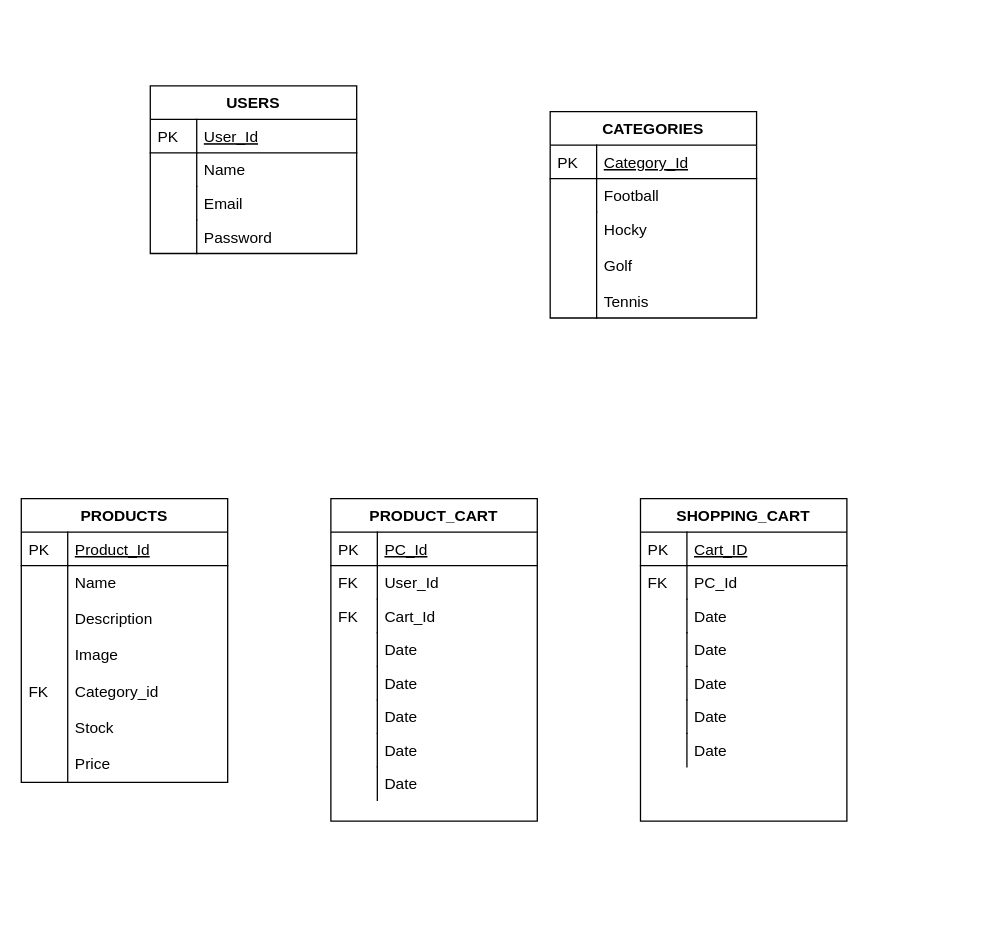
Before: SportWear/Diseño BD/Diagrama DB.drawio in Zavilor/Sitio-Sportwear, a draw.io diagram. Source tidied: cells renumbered, new cells numbered last; positions are measured from the earlier drawing's top-left corner, leaving out a move shared by most shapes. Both pictures are drawn from the tidied source at 129%, with x=0, y=0 at pixel (21, 85).
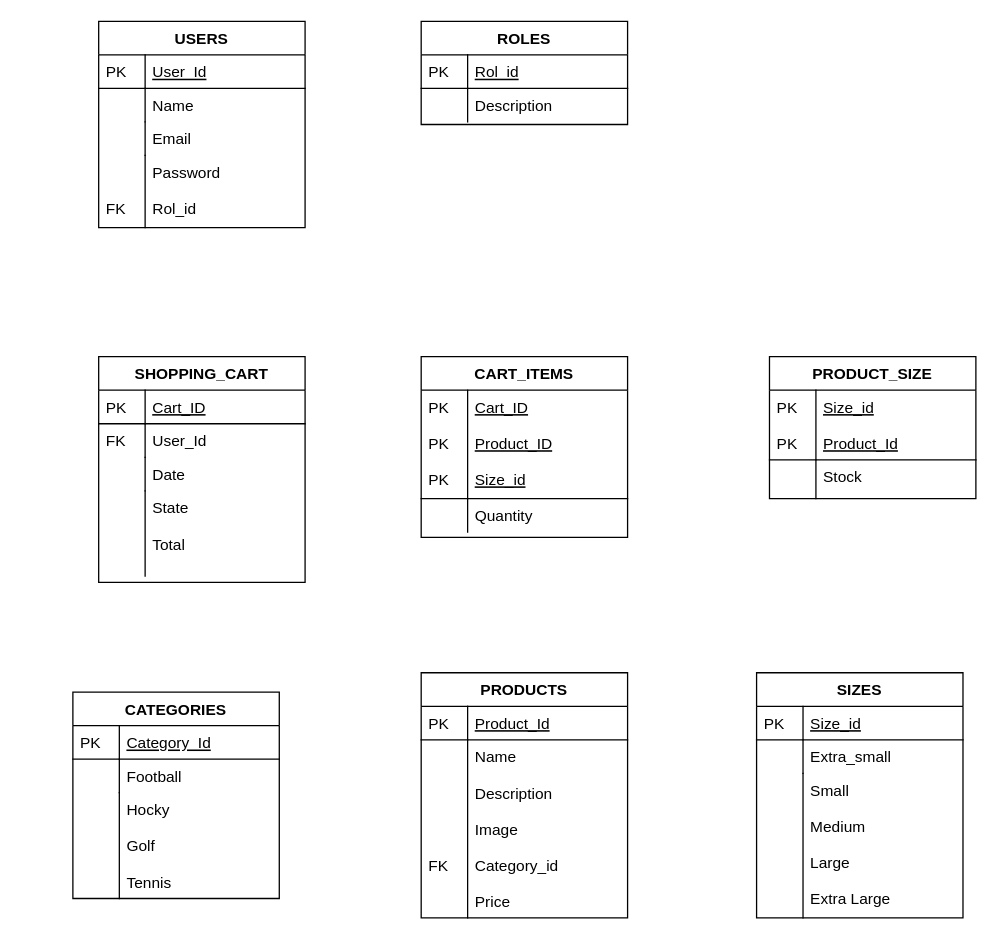
The same diagram, later.

Commit message (it also covers changes not shown here):
Diagrama de entidades BD

The edit, as a diff of the source:
```diff
@@
     <mxCell id="2" value="USERS" style="swimlane;fontStyle=1;horizontal=1;startSize=26;rounded=0;shadow=0;strokeWidth=1;" parent="1" vertex="1">
-      <mxGeometry x="100" width="160" height="130" as="geometry" />
+      <mxGeometry x="60" y="-50" width="160" height="160" as="geometry" />
     </mxCell>
@@
-    <mxCell id="9" value="Password" style="shape=partialRectangle;top=0;left=0;right=0;bottom=0;align=left;verticalAlign=top;fillColor=none;spacingLeft=40;spacingRight=4;overflow=hidden;rounded=0;shadow=0;strokeWidth=1;" parent="2" vertex="1">
-      <mxGeometry y="104" width="160" height="26" as="geometry" />
+    <mxCell id="9" value="Password&#10;&#10;Rol_id" style="shape=partialRectangle;top=0;left=0;right=0;bottom=0;align=left;verticalAlign=top;fillColor=none;spacingLeft=40;spacingRight=4;overflow=hidden;rounded=0;shadow=0;strokeWidth=1;" parent="2" vertex="1">
+      <mxGeometry y="104" width="160" height="56" as="geometry" />
     </mxCell>
-    <mxCell id="10" style="shape=partialRectangle;top=0;left=0;bottom=0;fillColor=none;align=left;verticalAlign=top;spacingLeft=4;spacingRight=4;overflow=hidden;" parent="9" vertex="1">
-      <mxGeometry width="36" height="26" as="geometry" />
+    <mxCell id="10" value="&#10;&#10;FK" style="shape=partialRectangle;top=0;left=0;bottom=0;fillColor=none;align=left;verticalAlign=top;spacingLeft=4;spacingRight=4;overflow=hidden;" parent="9" vertex="1">
+      <mxGeometry width="36" height="56" as="geometry" />
     </mxCell>
-    <mxCell id="11" value="PRODUCTS" style="swimlane;fontStyle=1;horizontal=1;startSize=26;rounded=0;shadow=0;strokeWidth=1;" parent="1" vertex="1">
-      <mxGeometry y="320" width="160" height="220" as="geometry" />
-    </mxCell>
-    <mxCell id="12" value="Product_Id" style="shape=partialRectangle;top=0;left=0;right=0;bottom=1;align=left;verticalAlign=top;fillColor=none;spacingLeft=40;spacingRight=4;overflow=hidden;rounded=0;shadow=0;strokeWidth=1;fontStyle=4;" parent="11" vertex="1">
-      <mxGeometry y="26" width="160" height="26" as="geometry" />
-    </mxCell>
-    <mxCell id="13" value="PK" style="shape=partialRectangle;top=0;left=0;bottom=0;fillColor=none;align=left;verticalAlign=top;spacingLeft=4;spacingRight=4;overflow=hidden;" parent="12" vertex="1">
-      <mxGeometry width="36" height="26" as="geometry" />
-    </mxCell>
-    <mxCell id="14" value="Name&#10;&#10;Description&#10;&#10;Image&#10;&#10;Category_id&#10;&#10;Stock&#10;&#10;Price" style="shape=partialRectangle;top=0;left=0;right=0;bottom=0;align=left;verticalAlign=top;fillColor=none;spacingLeft=40;spacingRight=4;overflow=hidden;rounded=0;shadow=0;strokeWidth=1;" parent="11" vertex="1">
-      <mxGeometry y="52" width="160" height="168" as="geometry" />
-    </mxCell>
-    <mxCell id="15" value="&#10;&#10;&#10;&#10;&#10;&#10;FK" style="shape=partialRectangle;top=0;left=0;bottom=0;fillColor=none;align=left;verticalAlign=top;spacingLeft=4;spacingRight=4;overflow=hidden;" parent="14" vertex="1">
-      <mxGeometry width="36" height="168" as="geometry" />
-    </mxCell>
-    <mxCell id="16" value="PRODUCT_CART" style="swimlane;fontStyle=1;horizontal=1;startSize=26;rounded=0;shadow=0;strokeWidth=1;" parent="1" vertex="1">
-      <mxGeometry x="240" y="320" width="160" height="250" as="geometry" />
-    </mxCell>
-    <mxCell id="17" value="PC_Id" style="shape=partialRectangle;top=0;left=0;right=0;bottom=1;align=left;verticalAlign=top;fillColor=none;spacingLeft=40;spacingRight=4;overflow=hidden;rounded=0;shadow=0;strokeWidth=1;fontStyle=4;" parent="16" vertex="1">
-      <mxGeometry y="26" width="160" height="26" as="geometry" />
-    </mxCell>
-    <mxCell id="18" value="PK" style="shape=partialRectangle;top=0;left=0;bottom=0;fillColor=none;align=left;verticalAlign=top;spacingLeft=4;spacingRight=4;overflow=hidden;" parent="17" vertex="1">
-      <mxGeometry width="36" height="26" as="geometry" />
-    </mxCell>
-    <mxCell id="19" value="User_Id" style="shape=partialRectangle;top=0;left=0;right=0;bottom=0;align=left;verticalAlign=top;fillColor=none;spacingLeft=40;spacingRight=4;overflow=hidden;rounded=0;shadow=0;strokeWidth=1;" parent="16" vertex="1">
-      <mxGeometry y="52" width="160" height="26" as="geometry" />
-    </mxCell>
-    <mxCell id="20" value="FK" style="shape=partialRectangle;top=0;left=0;bottom=0;fillColor=none;align=left;verticalAlign=top;spacingLeft=4;spacingRight=4;overflow=hidden;" parent="19" vertex="1">
-      <mxGeometry width="36" height="26" as="geometry" />
-    </mxCell>
-    <mxCell id="21" value="Cart_Id" style="shape=partialRectangle;top=0;left=0;right=0;bottom=0;align=left;verticalAlign=top;fillColor=none;spacingLeft=40;spacingRight=4;overflow=hidden;rounded=0;shadow=0;strokeWidth=1;" parent="16" vertex="1">
-      <mxGeometry y="78" width="160" height="26" as="geometry" />
-    </mxCell>
-    <mxCell id="22" value="FK" style="shape=partialRectangle;top=0;left=0;bottom=0;fillColor=none;align=left;verticalAlign=top;spacingLeft=4;spacingRight=4;overflow=hidden;" parent="21" vertex="1">
-      <mxGeometry width="36" height="26" as="geometry" />
-    </mxCell>
-    <mxCell id="23" value="Date" style="shape=partialRectangle;top=0;left=0;right=0;bottom=0;align=left;verticalAlign=top;fillColor=none;spacingLeft=40;spacingRight=4;overflow=hidden;rounded=0;shadow=0;strokeWidth=1;" parent="16" vertex="1">
-      <mxGeometry y="104" width="160" height="26" as="geometry" />
-    </mxCell>
-    <mxCell id="24" style="shape=partialRectangle;top=0;left=0;bottom=0;fillColor=none;align=left;verticalAlign=top;spacingLeft=4;spacingRight=4;overflow=hidden;" parent="23" vertex="1">
-      <mxGeometry width="36" height="26" as="geometry" />
-    </mxCell>
-    <mxCell id="25" value="Date" style="shape=partialRectangle;top=0;left=0;right=0;bottom=0;align=left;verticalAlign=top;fillColor=none;spacingLeft=40;spacingRight=4;overflow=hidden;rounded=0;shadow=0;strokeWidth=1;" parent="16" vertex="1">
-      <mxGeometry y="130" width="160" height="26" as="geometry" />
-    </mxCell>
-    <mxCell id="26" style="shape=partialRectangle;top=0;left=0;bottom=0;fillColor=none;align=left;verticalAlign=top;spacingLeft=4;spacingRight=4;overflow=hidden;" parent="25" vertex="1">
-      <mxGeometry width="36" height="26" as="geometry" />
-    </mxCell>
-    <mxCell id="27" value="Date" style="shape=partialRectangle;top=0;left=0;right=0;bottom=0;align=left;verticalAlign=top;fillColor=none;spacingLeft=40;spacingRight=4;overflow=hidden;rounded=0;shadow=0;strokeWidth=1;" parent="16" vertex="1">
-      <mxGeometry y="156" width="160" height="26" as="geometry" />
-    </mxCell>
-    <mxCell id="28" style="shape=partialRectangle;top=0;left=0;bottom=0;fillColor=none;align=left;verticalAlign=top;spacingLeft=4;spacingRight=4;overflow=hidden;" parent="27" vertex="1">
-      <mxGeometry width="36" height="26" as="geometry" />
-    </mxCell>
-    <mxCell id="29" value="Date" style="shape=partialRectangle;top=0;left=0;right=0;bottom=0;align=left;verticalAlign=top;fillColor=none;spacingLeft=40;spacingRight=4;overflow=hidden;rounded=0;shadow=0;strokeWidth=1;" parent="16" vertex="1">
-      <mxGeometry y="182" width="160" height="26" as="geometry" />
-    </mxCell>
-    <mxCell id="30" style="shape=partialRectangle;top=0;left=0;bottom=0;fillColor=none;align=left;verticalAlign=top;spacingLeft=4;spacingRight=4;overflow=hidden;" parent="29" vertex="1">
-      <mxGeometry width="36" height="26" as="geometry" />
-    </mxCell>
-    <mxCell id="31" value="Date" style="shape=partialRectangle;top=0;left=0;right=0;bottom=0;align=left;verticalAlign=top;fillColor=none;spacingLeft=40;spacingRight=4;overflow=hidden;rounded=0;shadow=0;strokeWidth=1;" parent="16" vertex="1">
-      <mxGeometry y="208" width="160" height="26" as="geometry" />
-    </mxCell>
-    <mxCell id="32" style="shape=partialRectangle;top=0;left=0;bottom=0;fillColor=none;align=left;verticalAlign=top;spacingLeft=4;spacingRight=4;overflow=hidden;" parent="31" vertex="1">
-      <mxGeometry width="36" height="26" as="geometry" />
-    </mxCell>
     <mxCell id="33" value="SHOPPING_CART" style="swimlane;fontStyle=1;horizontal=1;startSize=26;rounded=0;shadow=0;strokeWidth=1;" parent="1" vertex="1">
-      <mxGeometry x="480" y="320" width="160" height="250" as="geometry" />
+      <mxGeometry x="60" y="210" width="160" height="175" as="geometry" />
     </mxCell>
@@
-    <mxCell id="36" value="PC_Id" style="shape=partialRectangle;top=0;left=0;right=0;bottom=0;align=left;verticalAlign=top;fillColor=none;spacingLeft=40;spacingRight=4;overflow=hidden;rounded=0;shadow=0;strokeWidth=1;" parent="33" vertex="1">
+    <mxCell id="36" value="User_Id" style="shape=partialRectangle;top=0;left=0;right=0;bottom=0;align=left;verticalAlign=top;fillColor=none;spacingLeft=40;spacingRight=4;overflow=hidden;rounded=0;shadow=0;strokeWidth=1;" parent="33" vertex="1">
       <mxGeometry y="52" width="160" height="26" as="geometry" />
     </mxCell>
@@
+    <mxCell id="40" value="Date" style="shape=partialRectangle;top=0;left=0;right=0;bottom=0;align=left;verticalAlign=top;fillColor=none;spacingLeft=40;spacingRight=4;overflow=hidden;rounded=0;shadow=0;strokeWidth=1;" parent="33" vertex="1">
+      <mxGeometry y="78" width="160" height="26" as="geometry" />
+    </mxCell>
+    <mxCell id="41" style="shape=partialRectangle;top=0;left=0;bottom=0;fillColor=none;align=left;verticalAlign=top;spacingLeft=4;spacingRight=4;overflow=hidden;" parent="40" vertex="1">
+      <mxGeometry width="36" height="26" as="geometry" />
+    </mxCell>
-    <mxCell id="38" value="Date" style="shape=partialRectangle;top=0;left=0;right=0;bottom=0;align=left;verticalAlign=top;fillColor=none;spacingLeft=40;spacingRight=4;overflow=hidden;rounded=0;shadow=0;strokeWidth=1;" parent="33" vertex="1">
-      <mxGeometry y="78" width="160" height="26" as="geometry" />
+    <mxCell id="38" value="State&#10;&#10;Total" style="shape=partialRectangle;top=0;left=0;right=0;bottom=0;align=left;verticalAlign=top;fillColor=none;spacingLeft=40;spacingRight=4;overflow=hidden;rounded=0;shadow=0;strokeWidth=1;" parent="33" vertex="1">
+      <mxGeometry y="104" width="160" height="66" as="geometry" />
     </mxCell>
     <mxCell id="39" style="shape=partialRectangle;top=0;left=0;bottom=0;fillColor=none;align=left;verticalAlign=top;spacingLeft=4;spacingRight=4;overflow=hidden;" parent="38" vertex="1">
-      <mxGeometry width="36" height="26" as="geometry" />
+      <mxGeometry width="36" height="66" as="geometry" />
     </mxCell>
-    <mxCell id="40" value="Date" style="shape=partialRectangle;top=0;left=0;right=0;bottom=0;align=left;verticalAlign=top;fillColor=none;spacingLeft=40;spacingRight=4;overflow=hidden;rounded=0;shadow=0;strokeWidth=1;" parent="33" vertex="1">
-      <mxGeometry y="104" width="160" height="26" as="geometry" />
-    </mxCell>
-    <mxCell id="41" style="shape=partialRectangle;top=0;left=0;bottom=0;fillColor=none;align=left;verticalAlign=top;spacingLeft=4;spacingRight=4;overflow=hidden;" parent="40" vertex="1">
-      <mxGeometry width="36" height="26" as="geometry" />
-    </mxCell>
-    <mxCell id="42" value="Date" style="shape=partialRectangle;top=0;left=0;right=0;bottom=0;align=left;verticalAlign=top;fillColor=none;spacingLeft=40;spacingRight=4;overflow=hidden;rounded=0;shadow=0;strokeWidth=1;" parent="33" vertex="1">
-      <mxGeometry y="130" width="160" height="26" as="geometry" />
-    </mxCell>
-    <mxCell id="43" style="shape=partialRectangle;top=0;left=0;bottom=0;fillColor=none;align=left;verticalAlign=top;spacingLeft=4;spacingRight=4;overflow=hidden;" parent="42" vertex="1">
-      <mxGeometry width="36" height="26" as="geometry" />
-    </mxCell>
-    <mxCell id="44" value="Date" style="shape=partialRectangle;top=0;left=0;right=0;bottom=0;align=left;verticalAlign=top;fillColor=none;spacingLeft=40;spacingRight=4;overflow=hidden;rounded=0;shadow=0;strokeWidth=1;" parent="33" vertex="1">
-      <mxGeometry y="156" width="160" height="26" as="geometry" />
-    </mxCell>
-    <mxCell id="45" style="shape=partialRectangle;top=0;left=0;bottom=0;fillColor=none;align=left;verticalAlign=top;spacingLeft=4;spacingRight=4;overflow=hidden;" parent="44" vertex="1">
-      <mxGeometry width="36" height="26" as="geometry" />
-    </mxCell>
-    <mxCell id="46" value="Date" style="shape=partialRectangle;top=0;left=0;right=0;bottom=0;align=left;verticalAlign=top;fillColor=none;spacingLeft=40;spacingRight=4;overflow=hidden;rounded=0;shadow=0;strokeWidth=1;" parent="33" vertex="1">
-      <mxGeometry y="182" width="160" height="26" as="geometry" />
-    </mxCell>
-    <mxCell id="47" style="shape=partialRectangle;top=0;left=0;bottom=0;fillColor=none;align=left;verticalAlign=top;spacingLeft=4;spacingRight=4;overflow=hidden;" parent="46" vertex="1">
-      <mxGeometry width="36" height="26" as="geometry" />
-    </mxCell>
+    <mxCell id="55" value="CART_ITEMS" style="swimlane;fontStyle=1;horizontal=1;startSize=26;rounded=0;shadow=0;strokeWidth=1;" parent="1" vertex="1">
+      <mxGeometry x="310" y="210" width="160" height="140" as="geometry" />
+    </mxCell>
+    <mxCell id="56" value="Cart_ID&#10;&#10;Product_ID&#10;&#10;Size_id" style="shape=partialRectangle;top=0;left=0;right=0;bottom=1;align=left;verticalAlign=top;fillColor=none;spacingLeft=40;spacingRight=4;overflow=hidden;rounded=0;shadow=0;strokeWidth=1;fontStyle=4;" parent="55" vertex="1">
+      <mxGeometry y="26" width="160" height="84" as="geometry" />
+    </mxCell>
+    <mxCell id="57" value="PK&#10;&#10;PK&#10;&#10;PK" style="shape=partialRectangle;top=0;left=0;bottom=0;fillColor=none;align=left;verticalAlign=top;spacingLeft=4;spacingRight=4;overflow=hidden;" parent="56" vertex="1">
+      <mxGeometry width="36" height="84" as="geometry" />
+    </mxCell>
+    <mxCell id="58" value="Quantity" style="shape=partialRectangle;top=0;left=0;right=0;bottom=0;align=left;verticalAlign=top;fillColor=none;spacingLeft=40;spacingRight=4;overflow=hidden;rounded=0;shadow=0;strokeWidth=1;" parent="55" vertex="1">
+      <mxGeometry y="110" width="160" height="26" as="geometry" />
+    </mxCell>
+    <mxCell id="59" style="shape=partialRectangle;top=0;left=0;bottom=0;fillColor=none;align=left;verticalAlign=top;spacingLeft=4;spacingRight=4;overflow=hidden;" parent="58" vertex="1">
+      <mxGeometry width="36" height="26" as="geometry" />
+    </mxCell>
+    <mxCell id="60" value="ROLES" style="swimlane;fontStyle=1;horizontal=1;startSize=26;rounded=0;shadow=0;strokeWidth=1;" parent="1" vertex="1">
+      <mxGeometry x="310" y="-50" width="160" height="80" as="geometry" />
+    </mxCell>
+    <mxCell id="61" value="Rol_id" style="shape=partialRectangle;top=0;left=0;right=0;bottom=1;align=left;verticalAlign=top;fillColor=none;spacingLeft=40;spacingRight=4;overflow=hidden;rounded=0;shadow=0;strokeWidth=1;fontStyle=4;" parent="60" vertex="1">
+      <mxGeometry y="26" width="160" height="26" as="geometry" />
+    </mxCell>
+    <mxCell id="62" value="PK" style="shape=partialRectangle;top=0;left=0;bottom=0;fillColor=none;align=left;verticalAlign=top;spacingLeft=4;spacingRight=4;overflow=hidden;" parent="61" vertex="1">
+      <mxGeometry width="36" height="26" as="geometry" />
+    </mxCell>
+    <mxCell id="63" value="Description" style="shape=partialRectangle;top=0;left=0;right=0;bottom=0;align=left;verticalAlign=top;fillColor=none;spacingLeft=40;spacingRight=4;overflow=hidden;rounded=0;shadow=0;strokeWidth=1;" parent="60" vertex="1">
+      <mxGeometry y="52" width="160" height="26" as="geometry" />
+    </mxCell>
+    <mxCell id="64" style="shape=partialRectangle;top=0;left=0;bottom=0;fillColor=none;align=left;verticalAlign=top;spacingLeft=4;spacingRight=4;overflow=hidden;" parent="63" vertex="1">
+      <mxGeometry width="36" height="26" as="geometry" />
+    </mxCell>
     <mxCell id="48" value="CATEGORIES" style="swimlane;fontStyle=1;horizontal=1;startSize=26;rounded=0;shadow=0;strokeWidth=1;" parent="1" vertex="1">
-      <mxGeometry x="410" y="20" width="160" height="160" as="geometry" />
+      <mxGeometry x="40" y="470" width="160" height="160" as="geometry" />
     </mxCell>
@@
+    <mxCell id="11" value="PRODUCTS" style="swimlane;fontStyle=1;horizontal=1;startSize=26;rounded=0;shadow=0;strokeWidth=1;" parent="1" vertex="1">
+      <mxGeometry x="310" y="455" width="160" height="190" as="geometry" />
+    </mxCell>
+    <mxCell id="12" value="Product_Id" style="shape=partialRectangle;top=0;left=0;right=0;bottom=1;align=left;verticalAlign=top;fillColor=none;spacingLeft=40;spacingRight=4;overflow=hidden;rounded=0;shadow=0;strokeWidth=1;fontStyle=4;" parent="11" vertex="1">
+      <mxGeometry y="26" width="160" height="26" as="geometry" />
+    </mxCell>
+    <mxCell id="13" value="PK" style="shape=partialRectangle;top=0;left=0;bottom=0;fillColor=none;align=left;verticalAlign=top;spacingLeft=4;spacingRight=4;overflow=hidden;" parent="12" vertex="1">
+      <mxGeometry width="36" height="26" as="geometry" />
+    </mxCell>
+    <mxCell id="14" value="Name&#10;&#10;Description&#10;&#10;Image&#10;&#10;Category_id&#10;&#10;Price" style="shape=partialRectangle;top=0;left=0;right=0;bottom=0;align=left;verticalAlign=top;fillColor=none;spacingLeft=40;spacingRight=4;overflow=hidden;rounded=0;shadow=0;strokeWidth=1;" parent="11" vertex="1">
+      <mxGeometry y="52" width="160" height="138" as="geometry" />
+    </mxCell>
+    <mxCell id="15" value="&#10;&#10;&#10;&#10;&#10;&#10;FK" style="shape=partialRectangle;top=0;left=0;bottom=0;fillColor=none;align=left;verticalAlign=top;spacingLeft=4;spacingRight=4;overflow=hidden;" parent="14" vertex="1">
+      <mxGeometry width="36" height="138" as="geometry" />
+    </mxCell>
+    <mxCell id="65" value="SIZES" style="swimlane;fontStyle=1;horizontal=1;startSize=26;rounded=0;shadow=0;strokeWidth=1;" parent="1" vertex="1">
+      <mxGeometry x="570" y="455" width="160" height="190" as="geometry" />
+    </mxCell>
+    <mxCell id="66" value="Size_id" style="shape=partialRectangle;top=0;left=0;right=0;bottom=1;align=left;verticalAlign=top;fillColor=none;spacingLeft=40;spacingRight=4;overflow=hidden;rounded=0;shadow=0;strokeWidth=1;fontStyle=4;" parent="65" vertex="1">
+      <mxGeometry y="26" width="160" height="26" as="geometry" />
+    </mxCell>
+    <mxCell id="67" value="PK" style="shape=partialRectangle;top=0;left=0;bottom=0;fillColor=none;align=left;verticalAlign=top;spacingLeft=4;spacingRight=4;overflow=hidden;" parent="66" vertex="1">
+      <mxGeometry width="36" height="26" as="geometry" />
+    </mxCell>
+    <mxCell id="68" value="Extra_small" style="shape=partialRectangle;top=0;left=0;right=0;bottom=0;align=left;verticalAlign=top;fillColor=none;spacingLeft=40;spacingRight=4;overflow=hidden;rounded=0;shadow=0;strokeWidth=1;" parent="65" vertex="1">
+      <mxGeometry y="52" width="160" height="26" as="geometry" />
+    </mxCell>
+    <mxCell id="69" style="shape=partialRectangle;top=0;left=0;bottom=0;fillColor=none;align=left;verticalAlign=top;spacingLeft=4;spacingRight=4;overflow=hidden;" parent="68" vertex="1">
+      <mxGeometry width="36" height="26" as="geometry" />
+    </mxCell>
+    <mxCell id="70" value="Small&#10;&#10;Medium&#10;&#10;Large&#10;&#10;Extra Large" style="shape=partialRectangle;top=0;left=0;right=0;bottom=0;align=left;verticalAlign=top;fillColor=none;spacingLeft=40;spacingRight=4;overflow=hidden;rounded=0;shadow=0;strokeWidth=1;" parent="65" vertex="1">
+      <mxGeometry y="78" width="160" height="112" as="geometry" />
+    </mxCell>
+    <mxCell id="71" style="shape=partialRectangle;top=0;left=0;bottom=0;fillColor=none;align=left;verticalAlign=top;spacingLeft=4;spacingRight=4;overflow=hidden;" parent="70" vertex="1">
+      <mxGeometry width="36" height="112" as="geometry" />
+    </mxCell>
+    <mxCell id="72" value="PRODUCT_SIZE" style="swimlane;fontStyle=1;horizontal=1;startSize=26;rounded=0;shadow=0;strokeWidth=1;" parent="1" vertex="1">
+      <mxGeometry x="580" y="210" width="160" height="110" as="geometry" />
+    </mxCell>
+    <mxCell id="73" value="Size_id&#10;&#10;Product_Id" style="shape=partialRectangle;top=0;left=0;right=0;bottom=1;align=left;verticalAlign=top;fillColor=none;spacingLeft=40;spacingRight=4;overflow=hidden;rounded=0;shadow=0;strokeWidth=1;fontStyle=4;" parent="72" vertex="1">
+      <mxGeometry y="26" width="160" height="54" as="geometry" />
+    </mxCell>
+    <mxCell id="74" value="PK&#10;&#10;PK" style="shape=partialRectangle;top=0;left=0;bottom=0;fillColor=none;align=left;verticalAlign=top;spacingLeft=4;spacingRight=4;overflow=hidden;" parent="73" vertex="1">
+      <mxGeometry width="36" height="54" as="geometry" />
+    </mxCell>
+    <mxCell id="75" value="Stock" style="shape=partialRectangle;top=0;left=0;right=0;bottom=0;align=left;verticalAlign=top;fillColor=none;spacingLeft=40;spacingRight=4;overflow=hidden;rounded=0;shadow=0;strokeWidth=1;" parent="72" vertex="1">
+      <mxGeometry y="80" width="160" height="30" as="geometry" />
+    </mxCell>
+    <mxCell id="76" style="shape=partialRectangle;top=0;left=0;bottom=0;fillColor=none;align=left;verticalAlign=top;spacingLeft=4;spacingRight=4;overflow=hidden;" parent="75" vertex="1">
+      <mxGeometry width="36" height="30" as="geometry" />
+    </mxCell>
```
